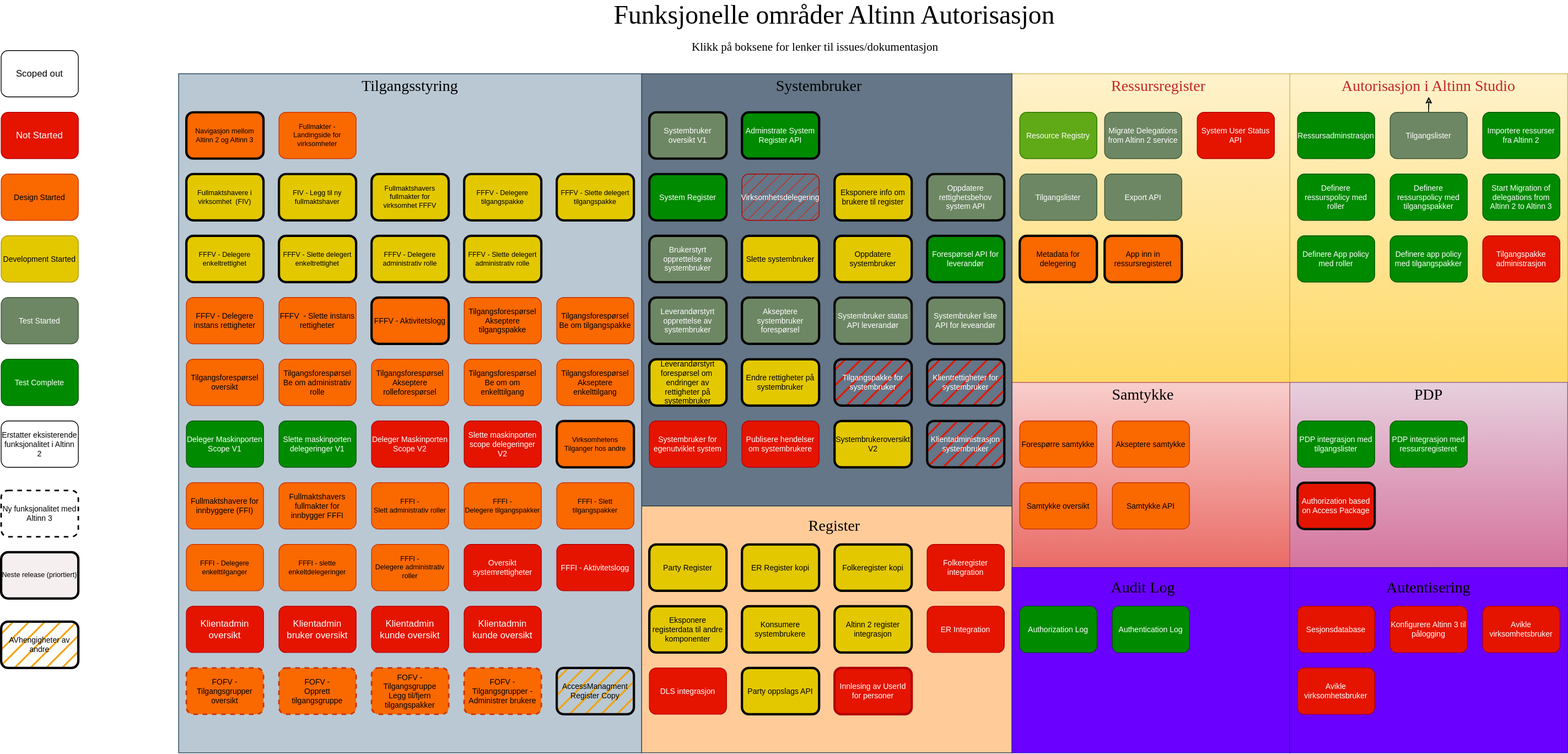
Before: content/authorization/what-do-you-get/functionalareas.drawio.svg, a diagram exported from draw.io (Altinn/altinn-studio-docs). Source tidied: cells renumbered, new cells last; positions are measured from the earlier drawing's top-left corner, leaving out a move shared by most shapes.
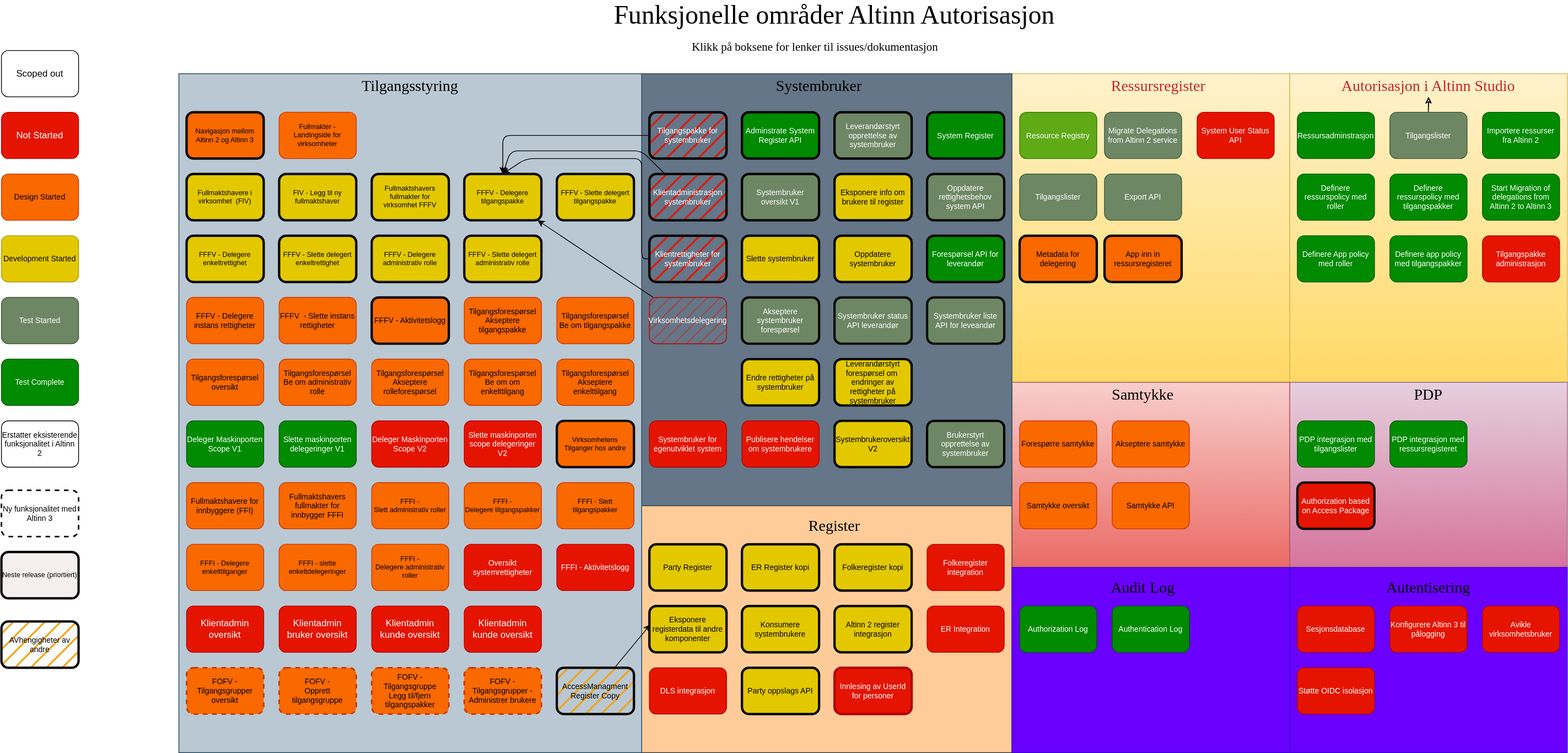
Above is the later version.

Change to the diagram source:
```diff
@@ -51,22 +51,22 @@
       <mxGeometry x="360" y="380" width="100" height="60" as="geometry" />
     </mxCell>
     <mxCell id="18" value="Systembruker oversikt V1" style="rounded=1;whiteSpace=wrap;html=1;fontSize=10;fillColor=#6d8764;fontColor=#ffffff;strokeColor=#000000;strokeWidth=3;" parent="1" vertex="1">
-      <mxGeometry x="840" y="140" width="100" height="60" as="geometry" />
+      <mxGeometry x="960" y="220" width="100" height="60" as="geometry" />
     </mxCell>
     <mxCell id="19" value="System Register" style="rounded=1;whiteSpace=wrap;html=1;fontSize=10;fillColor=#008a00;fontColor=#ffffff;strokeColor=#080808;strokeWidth=3;" parent="1" vertex="1">
-      <mxGeometry x="840" y="220" width="100" height="60" as="geometry" />
+      <mxGeometry x="1200" y="140" width="100" height="60" as="geometry" />
     </mxCell>
     <mxCell id="20" value="Adminstrate System Register API" style="rounded=1;whiteSpace=wrap;html=1;fontSize=10;fillColor=#008a00;fontColor=#ffffff;strokeColor=#000000;strokeWidth=3;" parent="1" vertex="1">
       <mxGeometry x="960" y="140" width="100" height="60" as="geometry" />
     </mxCell>
     <mxCell id="21" value="Brukerstyrt opprettelse av systembruker" style="rounded=1;whiteSpace=wrap;html=1;fontSize=10;fillColor=#6d8764;fontColor=#ffffff;strokeColor=#000000;strokeWidth=3;" parent="1" vertex="1">
-      <mxGeometry x="840" y="300" width="100" height="60" as="geometry" />
+      <mxGeometry x="1200" y="540" width="100" height="60" as="geometry" />
     </mxCell>
     <mxCell id="22" value="Slette systembruker" style="rounded=1;whiteSpace=wrap;html=1;fontSize=10;fillColor=#e3c800;fontColor=#000000;strokeColor=#080808;strokeWidth=3;" parent="1" vertex="1">
       <mxGeometry x="960" y="300" width="100" height="60" as="geometry" />
     </mxCell>
     <mxCell id="23" value="Leverandørstyrt opprettelse av systembruker" style="rounded=1;whiteSpace=wrap;html=1;fontSize=10;fillColor=#6d8764;fontColor=#ffffff;strokeColor=#000000;strokeWidth=3;" parent="1" vertex="1">
-      <mxGeometry x="840" y="380" width="100" height="60" as="geometry" />
+      <mxGeometry x="1080" y="140" width="100" height="60" as="geometry" />
     </mxCell>
     <mxCell id="24" value="Akseptere systembruker forespørsel" style="rounded=1;whiteSpace=wrap;html=1;fontSize=10;fillColor=#6d8764;fontColor=#ffffff;strokeColor=#050505;strokeWidth=3;" parent="1" vertex="1">
       <mxGeometry x="960" y="380" width="100" height="60" as="geometry" />
@@ -119,6 +119,9 @@
     <mxCell id="40" value="Samtykke API" style="rounded=1;whiteSpace=wrap;html=1;fontSize=10;fillColor=#fa6800;fontColor=#000000;strokeColor=#C73500;" parent="1" vertex="1">
       <mxGeometry x="1440" y="620" width="100" height="60" as="geometry" />
     </mxCell>
+    <mxCell id="140" style="edgeStyle=none;html=1;entryX=0.012;entryY=0.4;entryDx=0;entryDy=0;entryPerimeter=0;" parent="1" edge="1" source="41" target="36">
+      <mxGeometry relative="1" as="geometry" />
+    </mxCell>
     <mxCell id="41" value="AccessManagment Register Copy" style="rounded=1;whiteSpace=wrap;html=1;fontSize=10;fillColor=#f0a30a;fontColor=#000000;strokeColor=#050505;strokeWidth=3;fillStyle=hatch;" parent="1" vertex="1">
       <mxGeometry x="720" y="860" width="100" height="60" as="geometry" />
     </mxCell>
@@ -273,16 +276,33 @@
       <mxGeometry x="1200" y="220" width="100" height="60" as="geometry" />
     </mxCell>
     <mxCell id="92" value="Leverandørstyrt forespørsel om&amp;nbsp; endringer av rettigheter på systembruker" style="rounded=1;whiteSpace=wrap;html=1;fontSize=10;fillColor=#e3c800;fontColor=#000000;strokeColor=#000000;strokeWidth=3;" parent="1" vertex="1">
-      <mxGeometry x="840" y="460" width="100" height="60" as="geometry" />
+      <mxGeometry x="1080" y="460" width="100" height="60" as="geometry" />
     </mxCell>
     <mxCell id="93" value="Endre rettigheter på systembruker" style="rounded=1;whiteSpace=wrap;html=1;fontSize=10;fillColor=#e3c800;fontColor=#000000;strokeColor=#050505;strokeWidth=3;" parent="1" vertex="1">
       <mxGeometry x="960" y="460" width="100" height="60" as="geometry" />
     </mxCell>
+    <mxCell id="141" style="edgeStyle=none;html=1;entryX=0.5;entryY=0;entryDx=0;entryDy=0;" parent="1" edge="1" source="94" target="100">
+      <mxGeometry relative="1" as="geometry">
+        <Array as="points">
+          <mxPoint x="650" y="170" />
+        </Array>
+      </mxGeometry>
+    </mxCell>
     <mxCell id="94" value="Tilgangspakke for systembruker" style="rounded=1;whiteSpace=wrap;html=1;fontSize=10;fillColor=#e51400;fontColor=#ffffff;strokeColor=#000000;strokeWidth=3;fillStyle=hatch;" parent="1" vertex="1">
-      <mxGeometry x="1080" y="460" width="100" height="60" as="geometry" />
+      <mxGeometry x="840" y="140" width="100" height="60" as="geometry" />
     </mxCell>
+    <mxCell id="142" style="edgeStyle=none;html=1;" parent="1" edge="1" source="95">
+      <mxGeometry relative="1" as="geometry">
+        <mxPoint x="650" y="220" as="targetPoint" />
+        <Array as="points">
+          <mxPoint x="830" y="330" />
+          <mxPoint x="830" y="200" />
+          <mxPoint x="680" y="200" />
+        </Array>
+      </mxGeometry>
+    </mxCell>
     <mxCell id="95" value="Klientrettigheter for systembruker" style="rounded=1;whiteSpace=wrap;html=1;fontSize=10;fillColor=#e51400;fontColor=#ffffff;strokeColor=#050505;fillStyle=hatch;strokeWidth=3;" parent="1" vertex="1">
-      <mxGeometry x="1200" y="460" width="100" height="60" as="geometry" />
+      <mxGeometry x="840" y="300" width="100" height="60" as="geometry" />
     </mxCell>
     <mxCell id="96" value="Systembruker for egenutviklet system" style="rounded=1;whiteSpace=wrap;html=1;fontSize=10;fillColor=#e51400;fontColor=#ffffff;strokeColor=#B20000;" parent="1" vertex="1">
       <mxGeometry x="840" y="540" width="100" height="60" as="geometry" />
@@ -350,8 +370,17 @@
     <mxCell id="117" value="Scoped out" style="rounded=1;whiteSpace=wrap;html=1;" parent="1" vertex="1">
       <mxGeometry y="60" width="100" height="60" as="geometry" />
     </mxCell>
+    <mxCell id="143" style="edgeStyle=none;html=1;" parent="1" edge="1" source="118">
+      <mxGeometry relative="1" as="geometry">
+        <mxPoint x="650" y="220" as="targetPoint" />
+        <Array as="points">
+          <mxPoint x="830" y="190" />
+          <mxPoint x="660" y="190" />
+        </Array>
+      </mxGeometry>
+    </mxCell>
     <mxCell id="118" value="Klientadministrasjon systembruker" style="rounded=1;whiteSpace=wrap;html=1;fontSize=10;fillColor=#e51400;fontColor=#ffffff;strokeColor=#050505;strokeWidth=3;fillStyle=hatch;" parent="1" vertex="1">
-      <mxGeometry x="1200" y="540" width="100" height="60" as="geometry" />
+      <mxGeometry x="840" y="220" width="100" height="60" as="geometry" />
     </mxCell>
     <mxCell id="119" value="Neste release (priortiert)" style="rounded=1;whiteSpace=wrap;html=1;fillColor=#f6efef;fontColor=#000000;strokeColor=#000000;fontSize=9;strokeWidth=3;" parent="1" vertex="1">
       <mxGeometry y="710" width="100" height="60" as="geometry" />
@@ -371,8 +400,11 @@
     <mxCell id="124" value="Fullmaktshavers fullmakter for innbygger FFFI" style="rounded=1;whiteSpace=wrap;html=1;fontSize=10;fillColor=#fa6800;fontColor=#000000;strokeColor=#C73500;" parent="1" vertex="1">
       <mxGeometry x="360" y="620" width="100" height="60" as="geometry" />
     </mxCell>
+    <mxCell id="144" style="edgeStyle=none;html=1;" parent="1" edge="1" source="125" target="100">
+      <mxGeometry relative="1" as="geometry" />
+    </mxCell>
     <mxCell id="125" value="Virksomhetsdelegering" style="rounded=1;whiteSpace=wrap;html=1;fontSize=10;fillColor=#e51400;fontColor=#ffffff;strokeColor=#B20000;fillStyle=hatch;" parent="1" vertex="1">
-      <mxGeometry x="960" y="220" width="100" height="60" as="geometry" />
+      <mxGeometry x="840" y="380" width="100" height="60" as="geometry" />
     </mxCell>
     <mxCell id="126" value="App inn in ressursregisteret" style="rounded=1;whiteSpace=wrap;html=1;fontSize=10;fillColor=#fa6800;fontColor=#000000;strokeColor=#000000;strokeWidth=3;" parent="1" vertex="1">
       <mxGeometry x="1430" y="300" width="100" height="60" as="geometry" />
@@ -410,7 +442,7 @@
     <mxCell id="137" value="Avikle virksomhetsbruker" style="rounded=1;whiteSpace=wrap;html=1;fontSize=10;fillColor=#e51400;fontColor=#ffffff;strokeColor=#B20000;" parent="1" vertex="1">
       <mxGeometry x="1920" y="780" width="100" height="60" as="geometry" />
     </mxCell>
-    <mxCell id="138" value="Avikle virksomhetsbruker" style="rounded=1;whiteSpace=wrap;html=1;fontSize=10;fillColor=#e51400;fontColor=#ffffff;strokeColor=#B20000;" parent="1" vertex="1">
+    <mxCell id="138" value="Støtte OIDC isolasjon" style="rounded=1;whiteSpace=wrap;html=1;fontSize=10;fillColor=#e51400;fontColor=#ffffff;strokeColor=#B20000;" parent="1" vertex="1">
       <mxGeometry x="1680" y="860" width="100" height="60" as="geometry" />
     </mxCell>
     <mxCell id="139" value="AVhengigheter av andre" style="rounded=1;whiteSpace=wrap;html=1;fontSize=10;fillColor=#f0a30a;fontColor=#000000;strokeColor=#050505;strokeWidth=3;fillStyle=hatch;" parent="1" vertex="1">
```
